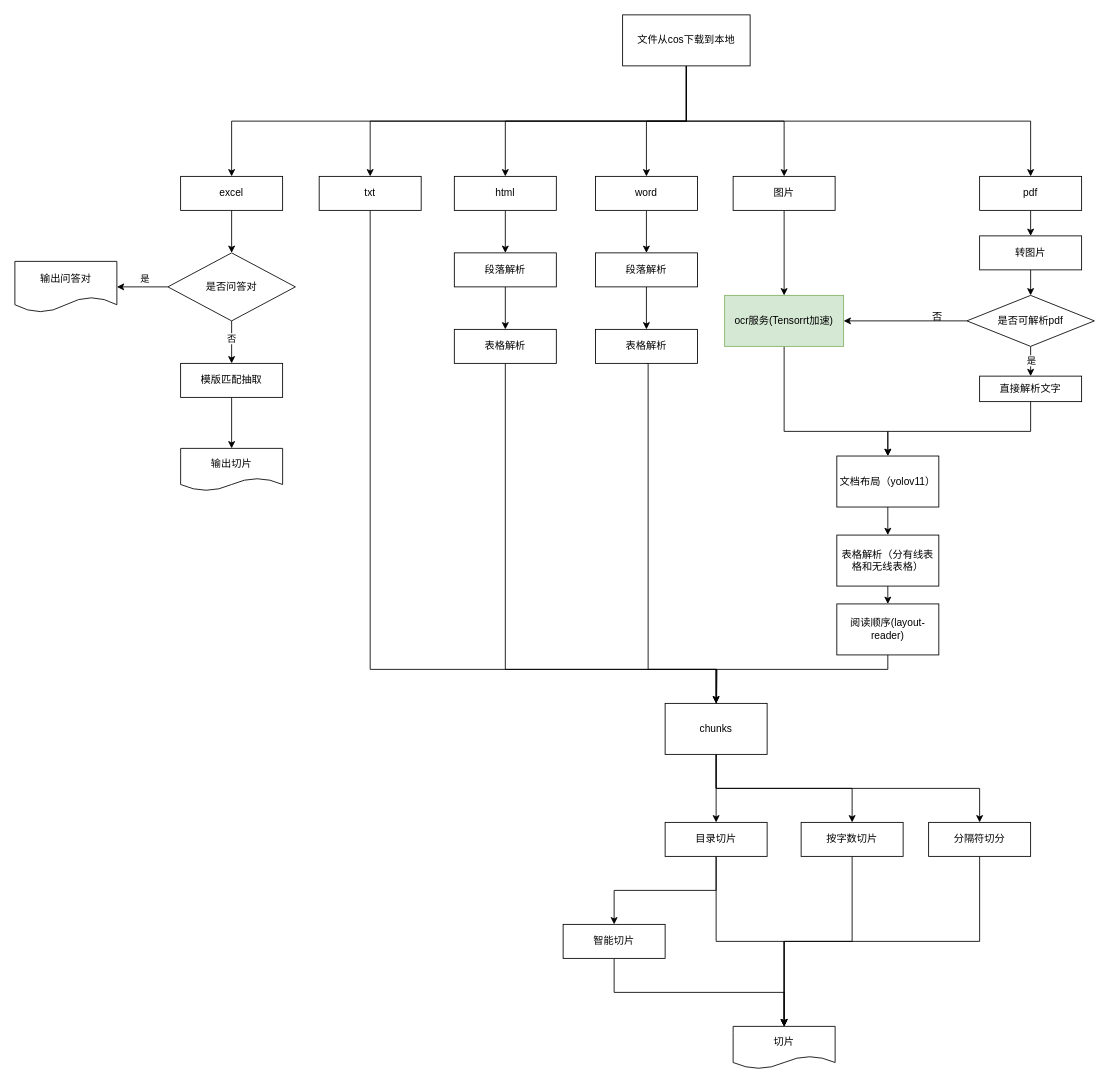
Earlier version of the draw.io diagram 知识库二期文档处理切片流程.drawio (archwolf118/AI). Source tidied: cells renumbered, new cells numbered last; positions are measured from the earlier drawing's top-left corner, leaving out a move shared by most shapes. Both pictures are drawn from the tidied source at 85%, with x=0, y=0 at pixel (14, 14).
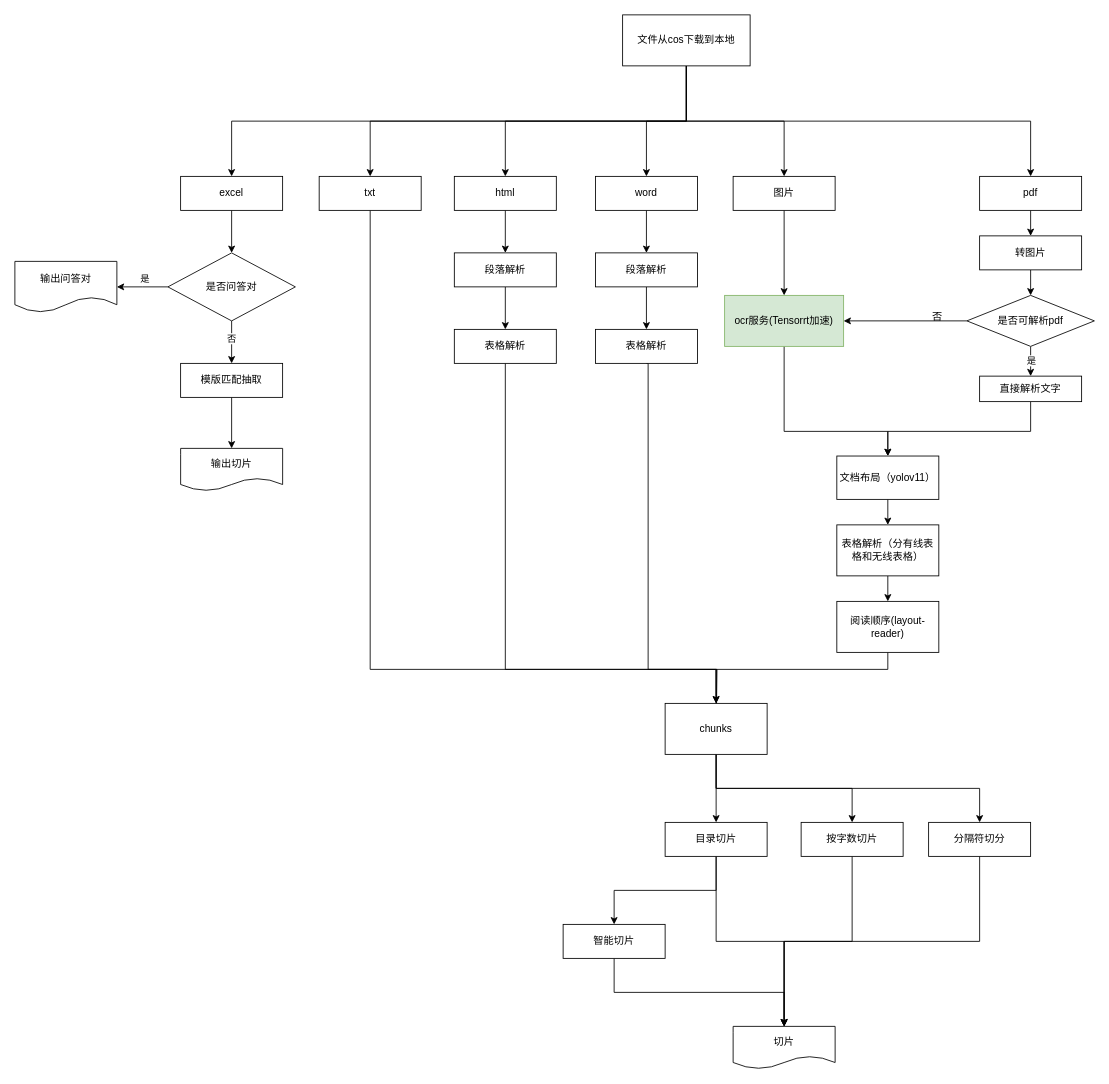
Above is the later version.

Commit message:
Update 知识库二期文档处理切片流程.drawio

What changed in the source:
```diff
@@
-    <mxCell id="21" style="edgeStyle=orthogonalEdgeStyle;rounded=0;jettySize=auto;html=1;exitX=0.5;exitY=1;exitDx=0;exitDy=0;" parent="1" edge="1" source="22">
-      <mxGeometry relative="1" as="geometry">
-        <mxPoint x="1027" y="612" as="targetPoint" />
-      </mxGeometry>
-    </mxCell>
+    <mxCell id="69" style="edgeStyle=orthogonalEdgeStyle;rounded=0;jettySize=auto;html=1;exitX=0.5;exitY=1;exitDx=0;exitDy=0;entryX=0.5;entryY=0;entryDx=0;entryDy=0;" parent="1" edge="1" source="22" target="24">
+      <mxGeometry relative="1" as="geometry" />
+    </mxCell>
     <mxCell id="22" value="文档布局（yolov11）" style="rounded=0;whiteSpace=wrap;html=1;" parent="1" vertex="1">
-      <mxGeometry x="967" y="519" width="120" height="60" as="geometry" />
+      <mxGeometry x="967" y="519" width="120" height="51" as="geometry" />
     </mxCell>
@@
     <mxCell id="24" value="表格解析（分有线表格和无线表格）" style="rounded=0;whiteSpace=wrap;html=1;" parent="1" vertex="1">
-      <mxGeometry x="967" y="612" width="120" height="60" as="geometry" />
+      <mxGeometry x="967" y="600" width="120" height="60" as="geometry" />
     </mxCell>
@@
     <mxCell id="26" value="阅读顺序(layout-reader&lt;span style=&quot;background-color: initial;&quot;&gt;)&lt;/span&gt;" style="rounded=0;whiteSpace=wrap;html=1;" parent="1" vertex="1">
-      <mxGeometry x="967" y="693" width="120" height="60" as="geometry" />
+      <mxGeometry x="967" y="690" width="120" height="60" as="geometry" />
     </mxCell>
```
